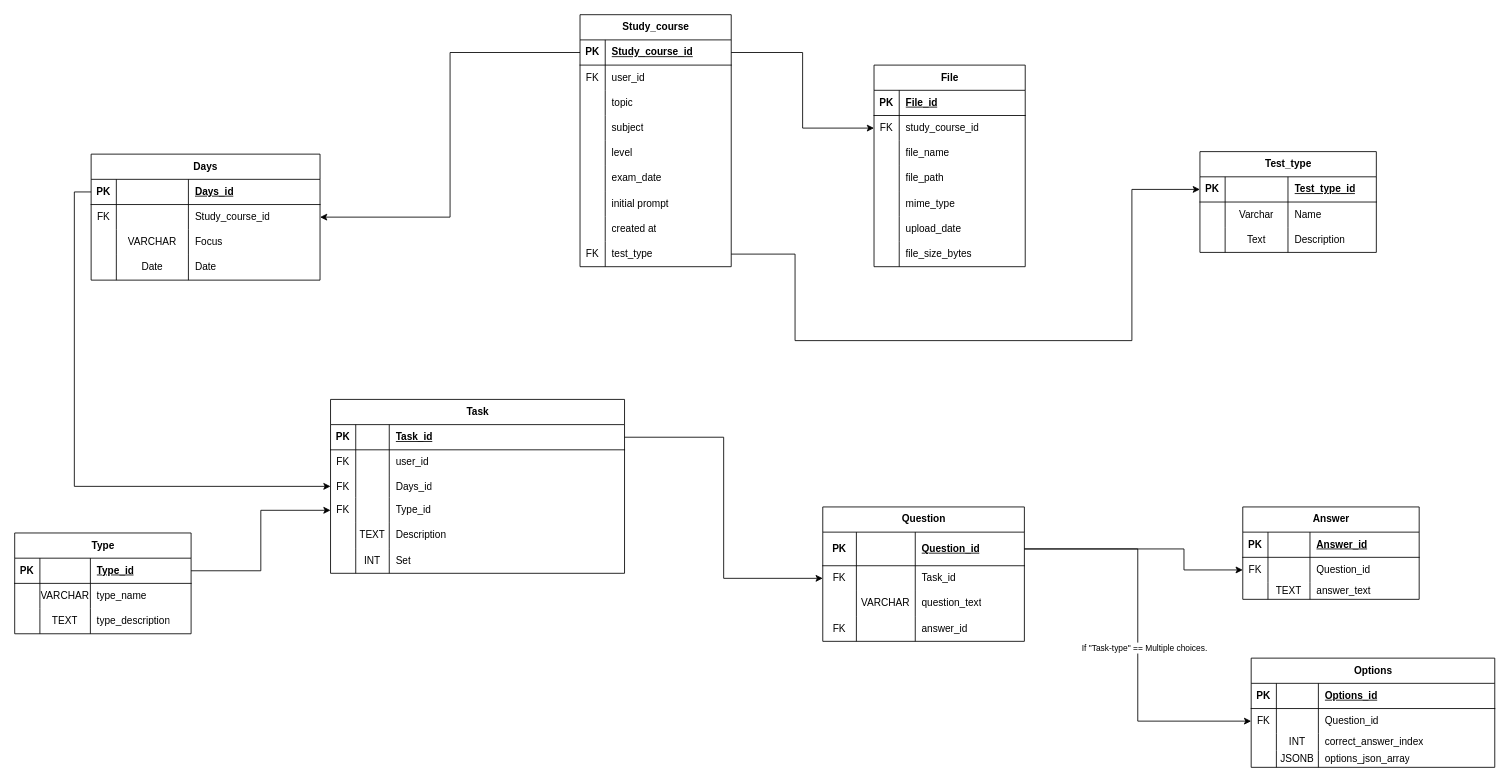
Above: page "ER-diagram" (3 of 3) of docs/flowchart.drawio in Manny262/edtech-learning-plattform (draw.io), before the change. Source tidied: cells renumbered, new cells numbered last; positions are measured from the earlier drawing's top-left corner, leaving out a move shared by most shapes. Both pictures are drawn from the tidied source at 84%, with x=0, y=0 at pixel (14, 14).
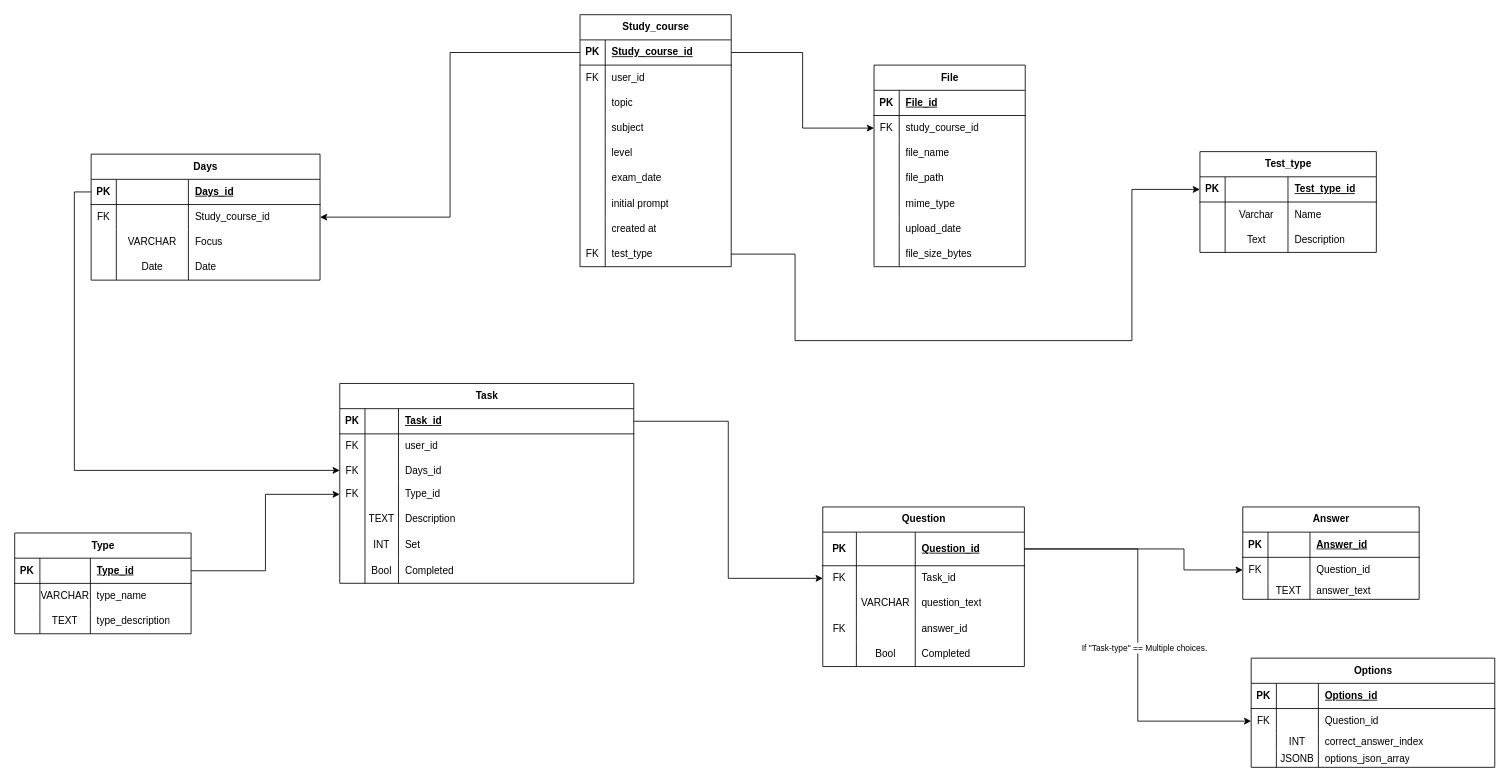
The same diagram, later.

Change to the diagram source:
```diff
@@
     <mxCell id="53" value="Task" style="shape=table;startSize=30;childLayout=tableLayout;rowLines=0;fontStyle=1;align=center;html=1;miterlimit=7;" parent="1" vertex="1">
-      <mxGeometry x="376" y="458" width="350" height="207" as="geometry" />
+      <mxGeometry x="387" y="439" width="350" height="237.9" as="geometry" />
     </mxCell>
@@
+    <mxCell id="176" style="shape=tableRow;horizontal=0;startSize=0;swimlaneHead=0;swimlaneBody=0;fillColor=none;top=0;left=0;right=0;bottom=0;" parent="53" vertex="1">
+      <mxGeometry y="207" width="350" height="31" as="geometry" />
+    </mxCell>
+    <mxCell id="177" style="shape=partialRectangle;fillColor=none;top=0;left=0;bottom=0;right=0;overflow=hidden;whiteSpace=wrap;html=1;" parent="176" vertex="1">
+      <mxGeometry width="30" height="31" as="geometry" />
+    </mxCell>
+    <mxCell id="178" value="Bool" style="shape=partialRectangle;fillColor=none;top=0;left=0;bottom=0;right=0;overflow=hidden;whiteSpace=wrap;html=1;" parent="176" vertex="1">
+      <mxGeometry x="30" width="39.9" height="31" as="geometry" />
+    </mxCell>
+    <mxCell id="179" value="Completed" style="shape=partialRectangle;fillColor=none;top=0;left=0;bottom=0;right=0;align=left;spacingLeft=6;overflow=hidden;whiteSpace=wrap;html=1;" parent="176" vertex="1">
+      <mxGeometry x="69.9" width="280.1" height="31" as="geometry" />
+    </mxCell>
     <mxCell id="78" value="Question" style="shape=table;startSize=30;childLayout=tableLayout;rowLines=0;fontStyle=1;align=center;html=1;" parent="1" vertex="1">
-      <mxGeometry x="962" y="586" width="240" height="160" as="geometry" />
+      <mxGeometry x="962" y="586" width="240" height="190" as="geometry" />
     </mxCell>
@@
+    <mxCell id="180" style="shape=tableRow;horizontal=0;startSize=0;swimlaneHead=0;swimlaneBody=0;fillColor=none;top=0;left=0;right=0;bottom=0;" parent="78" vertex="1">
+      <mxGeometry y="160" width="240" height="30" as="geometry" />
+    </mxCell>
+    <mxCell id="181" style="shape=partialRectangle;fillColor=none;top=0;left=0;bottom=0;right=0;overflow=hidden;whiteSpace=wrap;html=1;" parent="180" vertex="1">
+      <mxGeometry width="40" height="30" as="geometry" />
+    </mxCell>
+    <mxCell id="182" value="Bool" style="shape=partialRectangle;fillColor=none;top=0;left=0;bottom=0;right=0;overflow=hidden;whiteSpace=wrap;html=1;" parent="180" vertex="1">
+      <mxGeometry x="40" width="70.1" height="30" as="geometry" />
+    </mxCell>
+    <mxCell id="183" value="Completed" style="shape=partialRectangle;fillColor=none;top=0;left=0;bottom=0;right=0;align=left;spacingLeft=6;overflow=hidden;whiteSpace=wrap;html=1;" parent="180" vertex="1">
+      <mxGeometry x="110.1" width="129.9" height="30" as="geometry" />
+    </mxCell>
```
